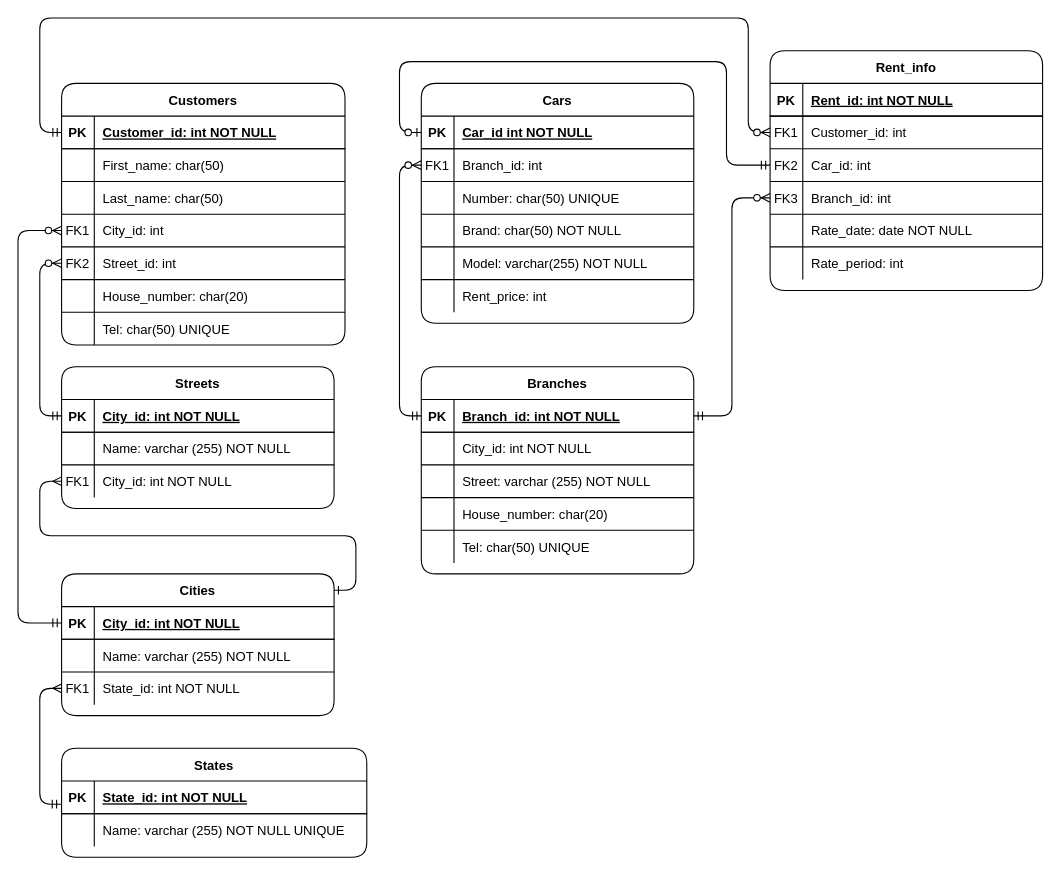
Before: databases/01_BD_entity_diagram/BD_diagram.drawio in nikfeo/python-education, a draw.io diagram. Source tidied: cells renumbered, new cells numbered last; positions are measured from the earlier drawing's top-left corner, leaving out a move shared by most shapes. Both pictures are drawn from the tidied source at 109%, with x=0, y=0 at pixel (17, 17).
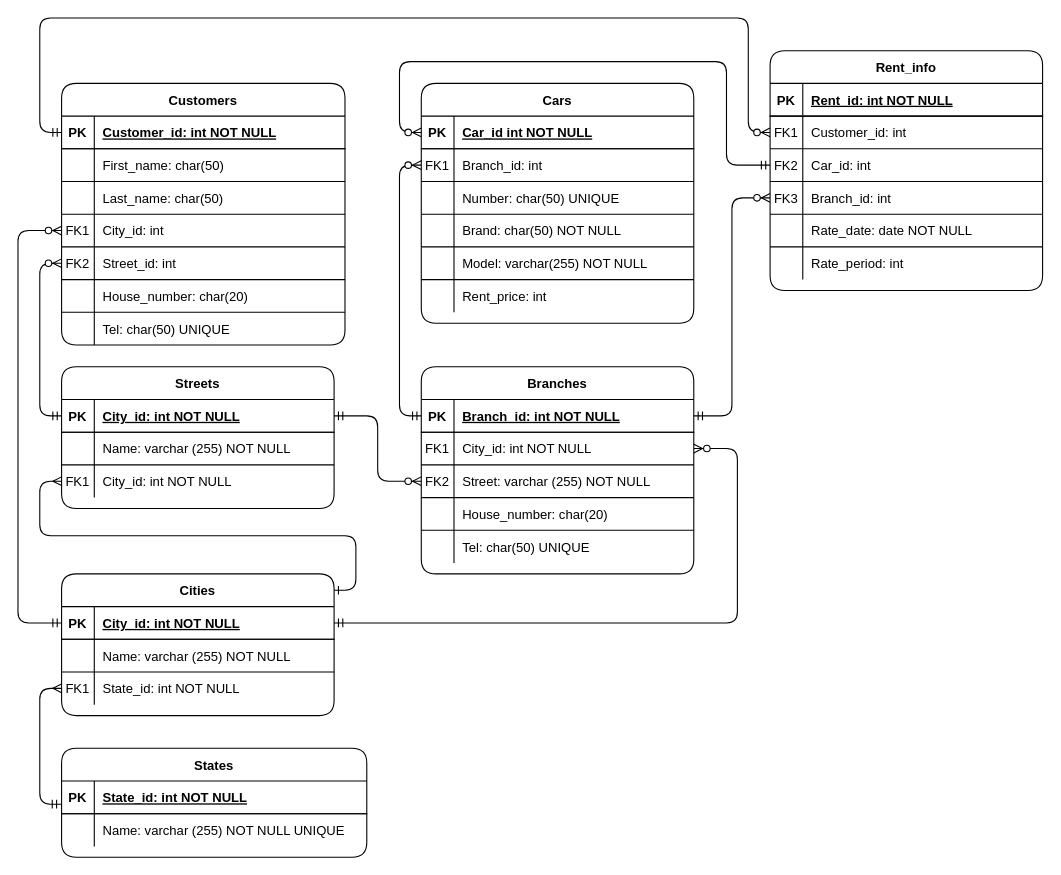
After the change.

Commit message (it also covers changes not shown here):
Modified relatiions of Car and Branch entities

Unchanged cells that the change refers to:
```xml
<mxCell id="11" style="shape=partialRectangle;fillColor=none;points=[[0,0.5],[1,0.5]];portConstraint=eastwest;top=0;left=0;right=0;bottom=1;" parent="10" vertex="1">
  <mxGeometry y="30" width="250" height="30" as="geometry" />
</mxCell>
<mxCell id="33" style="shape=partialRectangle;fillColor=none;points=[[0,0.5],[1,0.5]];portConstraint=eastwest;top=0;left=0;right=0;bottom=0;" parent="29" vertex="1">
  <mxGeometry y="60" width="250" height="30" as="geometry" />
</mxCell>
<mxCell id="36" style="shape=partialRectangle;fillColor=none;points=[[0,0.5],[1,0.5]];portConstraint=eastwest;top=0;left=0;right=0;bottom=0;" parent="29" vertex="1">
  <mxGeometry y="90" width="250" height="30" as="geometry" />
</mxCell>
<mxCell id="46" style="shape=partialRectangle;fillColor=none;points=[[0,0.5],[1,0.5]];portConstraint=eastwest;top=0;left=0;right=0;bottom=1;" parent="45" vertex="1">
  <mxGeometry y="30" width="250" height="30" as="geometry" />
</mxCell>
<mxCell id="63" style="shape=partialRectangle;fillColor=none;points=[[0,0.5],[1,0.5]];portConstraint=eastwest;top=0;left=0;right=0;bottom=1;" parent="62" vertex="1">
  <mxGeometry y="30" width="250" height="30" as="geometry" />
</mxCell>
<mxCell id="79" style="shape=partialRectangle;fillColor=none;points=[[0,0.5],[1,0.5]];portConstraint=eastwest;top=0;left=0;right=0;bottom=0;" parent="72" vertex="1">
  <mxGeometry y="90" width="250" height="30" as="geometry" />
</mxCell>
```

What changed in the source:
```diff
@@
-    <mxCell id="3" style="edgeStyle=orthogonalEdgeStyle;rounded=1;jettySize=auto;html=1;entryX=0;entryY=0.5;entryDx=0;entryDy=0;startArrow=ERmandOne;startFill=0;endArrow=ERzeroToOne;endFill=1;" parent="1" edge="1" source="79" target="11">
+    <mxCell id="3" style="edgeStyle=orthogonalEdgeStyle;rounded=1;jettySize=auto;html=1;entryX=0;entryY=0.5;entryDx=0;entryDy=0;startArrow=ERmandOne;startFill=0;endArrow=ERzeroToMany;endFill=1;" parent="1" edge="1" source="79" target="11">
       <mxGeometry relative="1" as="geometry">
         <Array as="points">
           <mxPoint x="650" y="135" />
           <mxPoint x="650" y="40" />
           <mxPoint x="350" y="40" />
           <mxPoint x="350" y="105" />
         </Array>
       </mxGeometry>
     </mxCell>
@@
-    <mxCell id="34" style="shape=partialRectangle;overflow=hidden;fillColor=none;top=0;left=0;bottom=0;right=0;" parent="33" vertex="1">
+    <mxCell id="34" value="FK1" style="shape=partialRectangle;overflow=hidden;fillColor=none;top=0;left=0;bottom=0;right=0;" parent="33" vertex="1">
       <mxGeometry width="30" height="30" as="geometry" />
     </mxCell>
@@
-    <mxCell id="37" style="shape=partialRectangle;overflow=hidden;fillColor=none;top=0;left=0;bottom=0;right=0;" parent="36" vertex="1">
+    <mxCell id="37" value="FK2" style="shape=partialRectangle;overflow=hidden;fillColor=none;top=0;left=0;bottom=0;right=0;" parent="36" vertex="1">
       <mxGeometry width="30" height="30" as="geometry" />
     </mxCell>
@@
+    <mxCell id="113" style="edgeStyle=orthogonalEdgeStyle;jettySize=auto;html=1;exitX=0;exitY=0.5;exitDx=0;exitDy=0;entryX=1;entryY=0.5;entryDx=0;entryDy=0;endArrow=ERmandOne;endFill=0;rounded=1;startArrow=ERzeroToMany;startFill=1;" parent="1" edge="1" source="36" target="63">
+      <mxGeometry relative="1" as="geometry" />
+    </mxCell>
+    <mxCell id="114" style="edgeStyle=orthogonalEdgeStyle;rounded=1;jettySize=auto;html=1;exitX=1;exitY=0.5;exitDx=0;exitDy=0;entryX=1;entryY=0.5;entryDx=0;entryDy=0;startArrow=ERzeroToMany;startFill=1;endArrow=ERmandOne;endFill=0;" parent="1" edge="1" source="33" target="46">
+      <mxGeometry relative="1" as="geometry">
+        <Array as="points">
+          <mxPoint x="660" y="395" />
+          <mxPoint x="660" y="555" />
+        </Array>
+      </mxGeometry>
+    </mxCell>
```
